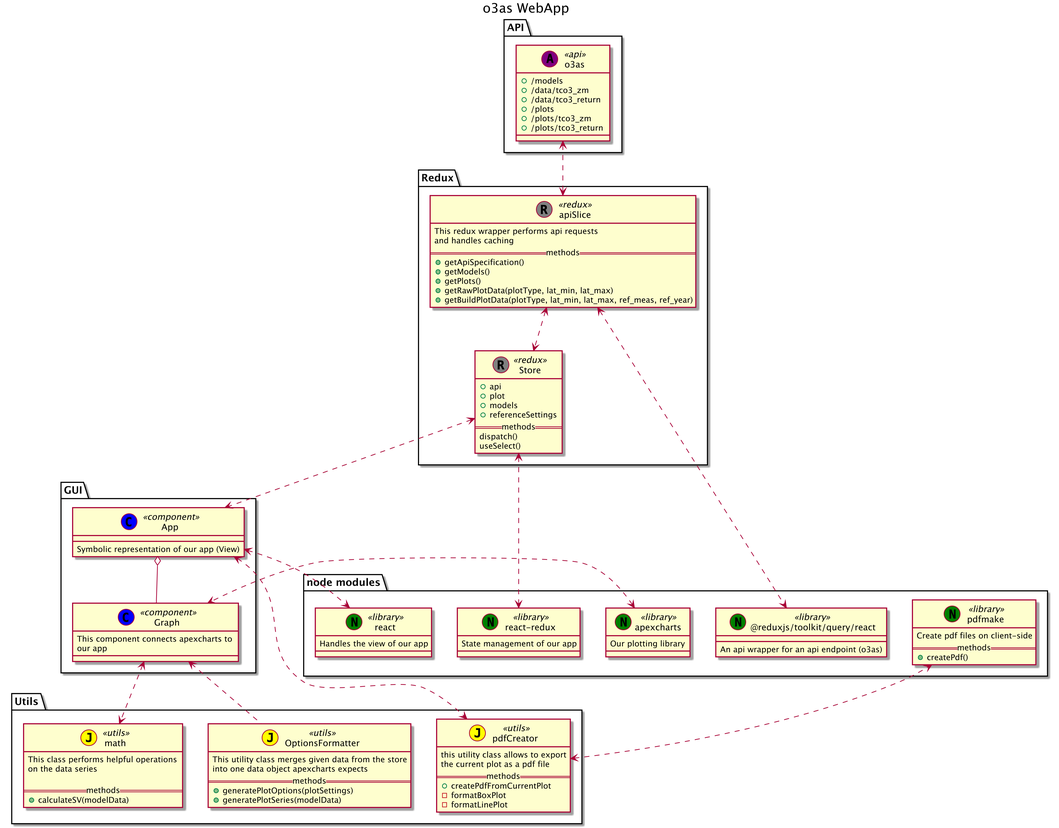
Before: DesignPhase/UML/package-structure/package-diagram.png, a diagram exported from PlantUML (EOSC-synergy/o3webapp).
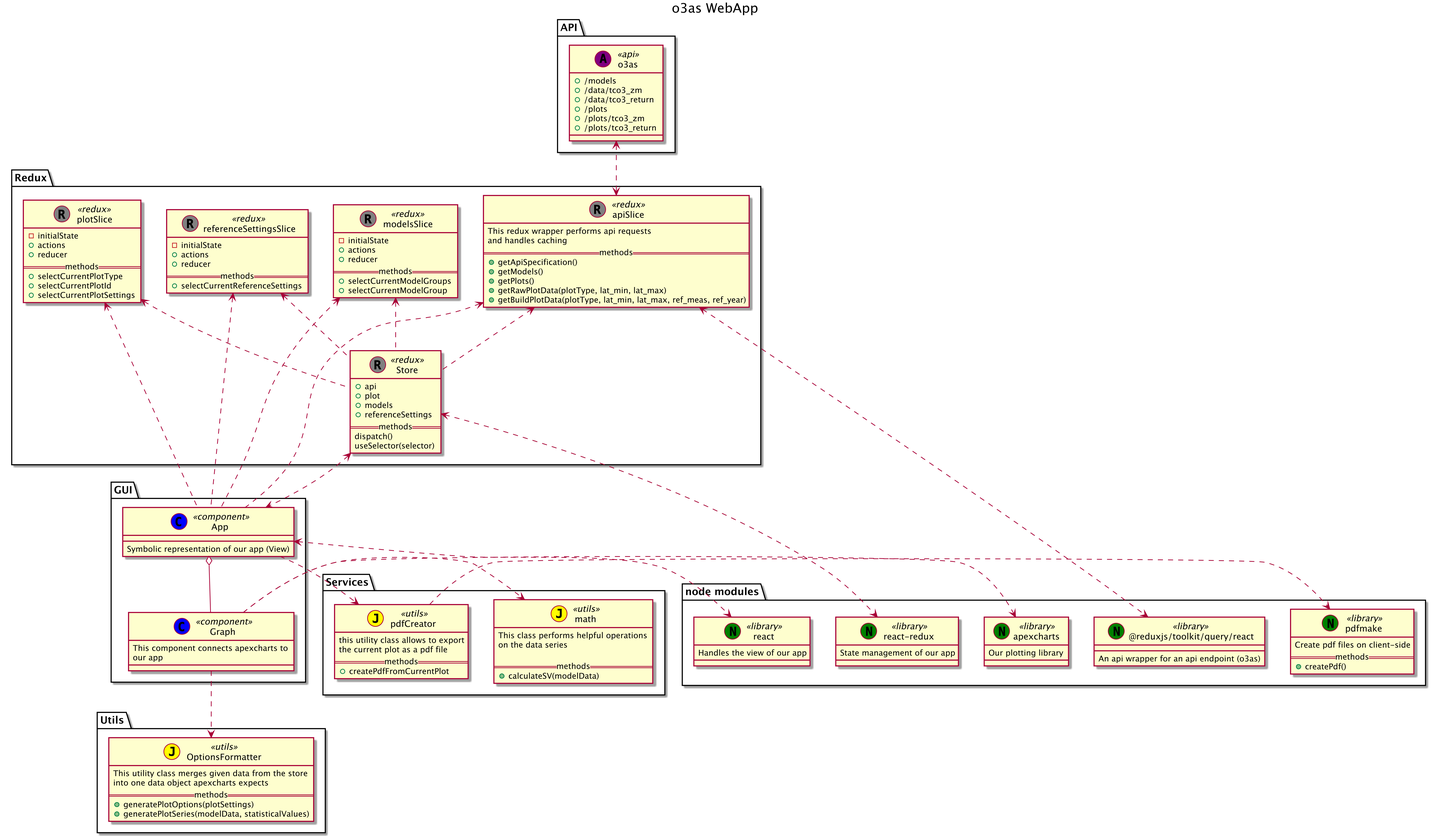
After the change.

Commit message:
updated package diag

Change to the diagram source:
```diff
@@ -36,7 +36,7 @@
         +referenceSettings
         ==methods==
         dispatch()
-        useSelect()
+        useSelector(selector)
     }
 
     class "apiSlice" << (R, gray) redux >> {
@@ -49,6 +49,48 @@
         +getBuildPlotData(plotType, lat_min, lat_max, ref_meas, ref_year)
     }
 
+    class "modelsSlice" << (R, gray) redux >> {
+        -initialState
+        +actions
+        +reducer
+        ==methods==
+        +selectCurrentModelGroups
+        +selectCurrentModelGroup
+    }
+
+    class "plotSlice" << (R, gray) redux >> {
+        -initialState
+        +actions
+        +reducer
+        ==methods==
+        +selectCurrentPlotType
+        +selectCurrentPlotId
+        +selectCurrentPlotSettings
+    }
+
+    class "referenceSettingsSlice" << (R, gray) redux >> {
+        -initialState
+        +actions
+        +reducer
+        ==methods==
+        +selectCurrentReferenceSettings
+    }
+
+}
+
+package "Services" {
+    class "pdfCreator" <<(J, yellow) utils >> {
+        this utility class allows to export\nthe current plot as a pdf file
+        ==methods==
+        + createPdfFromCurrentPlot
+    }
+
+    class "math" <<(J, yellow) utils >> {
+        This class performs helpful operations\non the data series
+
+        ==methods==
+        +calculateSV(modelData)
+    }
 }
 
 package "Utils" {
@@ -58,22 +100,7 @@
         This utility class merges given data from the store\ninto one data object apexcharts expects
         ==methods==
         +generatePlotOptions(plotSettings)
-        +generatePlotSeries(modelData)
-    }
-
-    class "pdfCreator" <<(J, yellow) utils >> {
-        this utility class allows to export\nthe current plot as a pdf file
-        ==methods==
-        + createPdfFromCurrentPlot
-        - formatBoxPlot
-        - formatLinePlot
-    }
-
-    class "math" <<(J, yellow) utils >> {
-        This class performs helpful operations\non the data series
-
-        ==methods==
-        +calculateSV(modelData)
+        +generatePlotSeries(modelData, statisticalValues)
     }
 
 }
@@ -104,18 +131,27 @@
 
 }
 
-"apexcharts" <..> "Graph"
+"apexcharts" <.. "Graph"
 "o3as" <..> "apiSlice"
-"apiSlice" <..> "Store"
-"pdfCreator" <..> "pdfmake"
+"apiSlice" <.. "Store"
+"modelsSlice" <.. "Store"
+"plotSlice" <.. "Store"
+"referenceSettingsSlice" <.. "Store"
+"apiSlice" <.. "App"
+"modelsSlice" <.. "App"
+"plotSlice" <.. "App"
+"referenceSettingsSlice" <.. "App"
+
+
+"pdfCreator" ..> "pdfmake"
 "Store" <..> "App"
-"Graph" <.. "OptionsFormatter"
-"Graph" <..> "math"
+"Graph" ..> "OptionsFormatter"
+"Graph" ..> "math"
 "apiSlice" <..> "@reduxjs/toolkit/query/react"
 "Store" <..> "react-redux"
 "App" <..> "react"
 
 "App" o-- "Graph"
-"App" <..> "pdfCreator"
+"App" ..> "pdfCreator"
 
 @enduml
```
